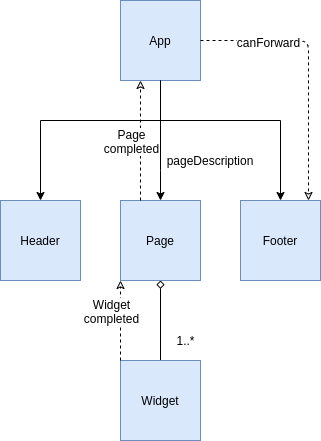
This is survey/img/structure.png from lustigo/refingerprint, a draw.io export, as it was before one commit. Source tidied: cells renumbered, new cells last; positions are measured from the earlier drawing's top-left corner, leaving out a move shared by most shapes.
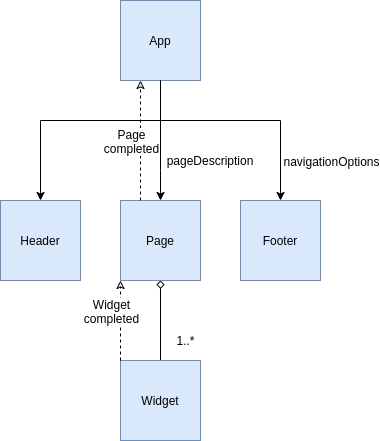
After the commit.

Commit message:
fix: Survey Strukturdiagramm

What changed in the source:
```diff
@@ -35,6 +35,11 @@
         </Array>
       </mxGeometry>
     </mxCell>
+    <mxCell id="19" value="navigationOptions" style="text;html=1;align=center;verticalAlign=middle;" parent="9" vertex="1">
+      <mxGeometry x="0.53" y="-2" relative="1" as="geometry">
+        <mxPoint x="52" y="17" as="offset" />
+      </mxGeometry>
+    </mxCell>
     <mxCell id="10" style="edgeStyle=orthogonalEdgeStyle;rounded=0;jettySize=auto;html=1;exitX=0.5;exitY=1;exitDx=0;exitDy=0;entryX=0.5;entryY=0;entryDx=0;entryDy=0;" parent="1" edge="1" source="3" target="4">
       <mxGeometry relative="1" as="geometry">
         <Array as="points">
@@ -69,17 +74,5 @@
         <mxPoint x="-8" y="-30" as="offset" />
       </mxGeometry>
     </mxCell>
-    <mxCell id="17" style="endArrow=classic;dashed=1;html=1;entryX=0.85;entryY=0;entryDx=0;entryDy=0;endFill=0;entryPerimeter=0;" parent="1" edge="1" target="8">
-      <mxGeometry relative="1" as="geometry">
-        <mxPoint x="200" y="40" as="sourcePoint" />
-        <Array as="points">
-          <mxPoint x="200" y="40" />
-          <mxPoint x="308" y="40" />
-        </Array>
-      </mxGeometry>
-    </mxCell>
-    <mxCell id="18" value="canForward" style="text;html=1;align=center;verticalAlign=middle;labelBackgroundColor=#ffffff;" parent="17" vertex="1">
-      <mxGeometry x="-0.5" y="-1" relative="1" as="geometry" />
-    </mxCell>
   </root>
 </mxGraphModel>
```
